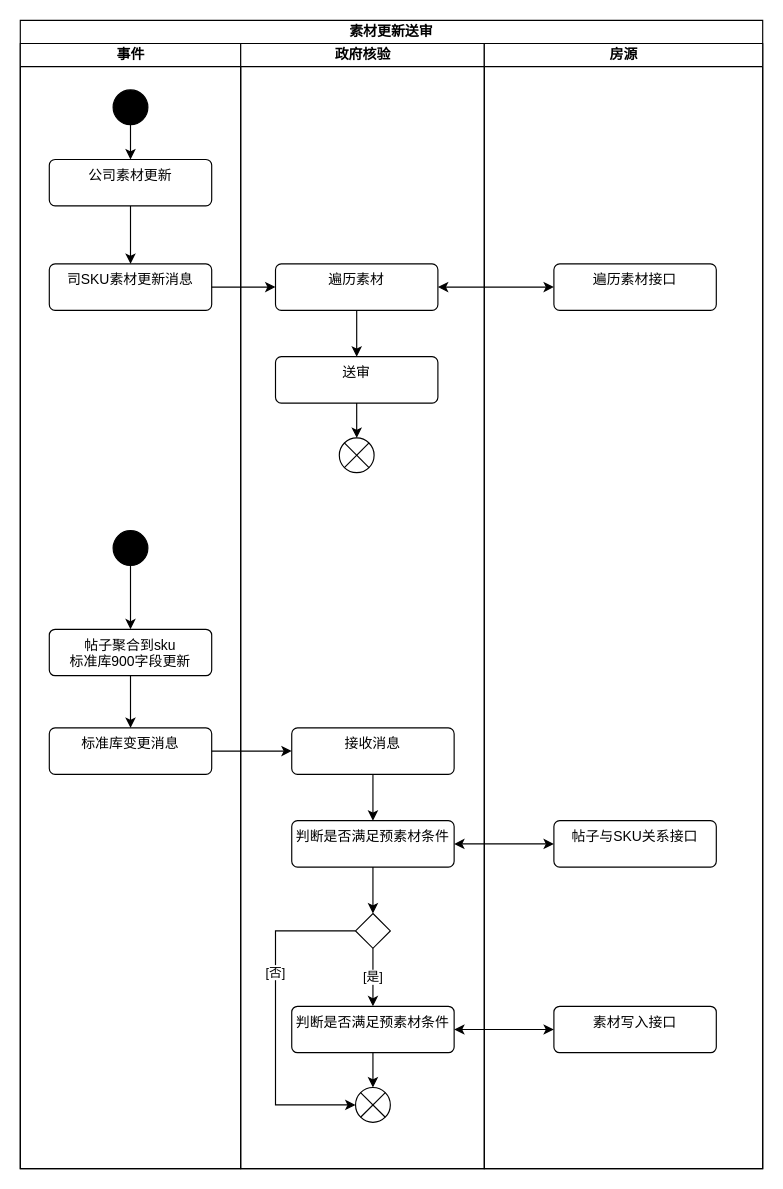
guyukou/drawio keeps this draw.io diagram as page "流程-素材更新送审" (4 of 6) of 设计文档/政府核验sku化.drawio. Above is the earlier version. Source tidied: cells renumbered, new cells numbered last; positions are measured from the earlier drawing's top-left corner, leaving out a move shared by most shapes. Both pictures are drawn from the tidied source at 116%, with x=0, y=0 at pixel (20, 20).
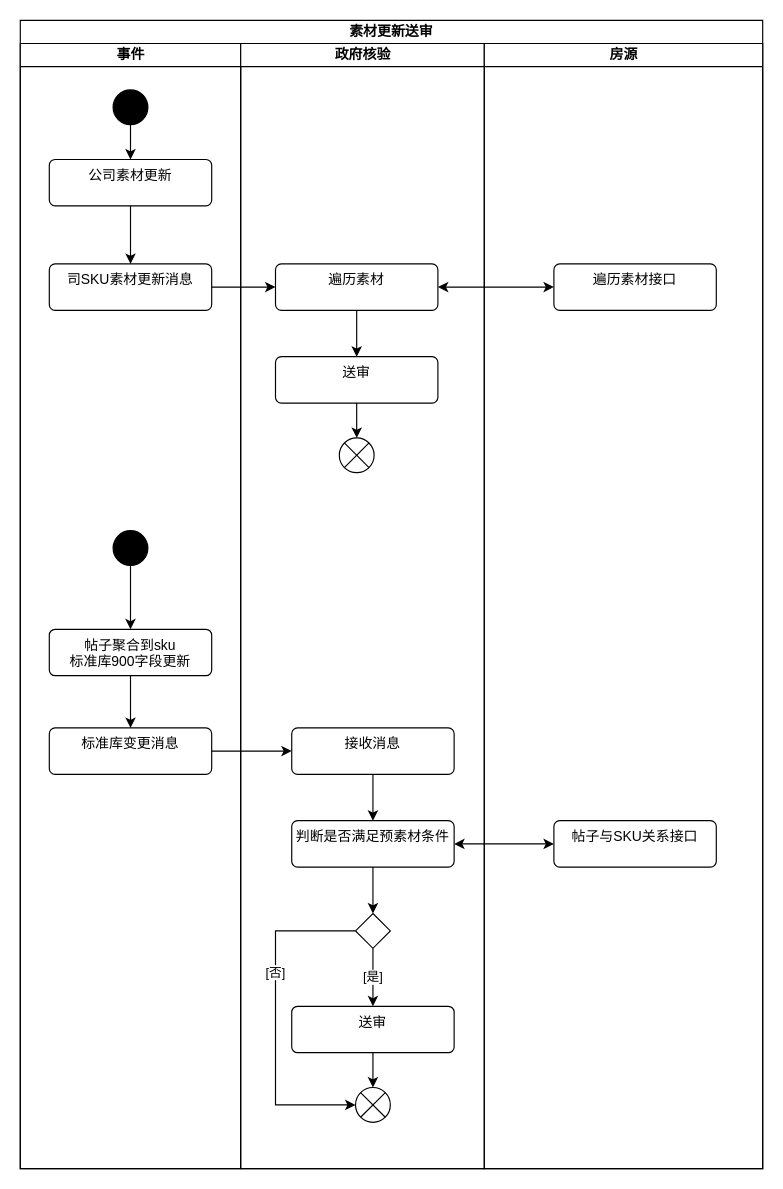
After the change.

Unchanged cells that the change refers to:
```xml
<mxCell id="2" value="素材更新送审" style="swimlane;html=1;startSize=20;whiteSpace=wrap;" parent="1" vertex="1">
  <mxGeometry width="640" height="990" as="geometry" />
</mxCell>
<mxCell id="11" value="政府核验" style="swimlane;html=1;startSize=20;" parent="2" vertex="1">
  <mxGeometry x="190" y="20" width="210" height="970" as="geometry" />
</mxCell>
<mxCell id="28" value="房源" style="swimlane;html=1;startSize=20;" parent="2" vertex="1">
  <mxGeometry x="400" y="20" width="240" height="970" as="geometry" />
</mxCell>
```

The edit, as a diff of the source:
```diff
@@
-    <mxCell id="26" value="判断是否满足预素材条件" style="html=1;align=center;verticalAlign=top;rounded=1;absoluteArcSize=1;arcSize=10;dashed=0;whiteSpace=wrap;" parent="11" vertex="1">
+    <mxCell id="26" value="送审" style="html=1;align=center;verticalAlign=top;rounded=1;absoluteArcSize=1;arcSize=10;dashed=0;whiteSpace=wrap;" parent="11" vertex="1">
       <mxGeometry x="44" y="830" width="140" height="40" as="geometry" />
     </mxCell>
@@
-    <mxCell id="31" value="素材写入接口" style="html=1;align=center;verticalAlign=top;rounded=1;absoluteArcSize=1;arcSize=10;dashed=0;whiteSpace=wrap;" parent="28" vertex="1">
-      <mxGeometry x="60" y="830" width="140" height="40" as="geometry" />
-    </mxCell>
@@
-    <mxCell id="36" style="edgeStyle=orthogonalEdgeStyle;rounded=0;jettySize=auto;html=1;startArrow=classic;startFill=1;" parent="2" edge="1" source="26" target="31">
-      <mxGeometry relative="1" as="geometry" />
-    </mxCell>
```
